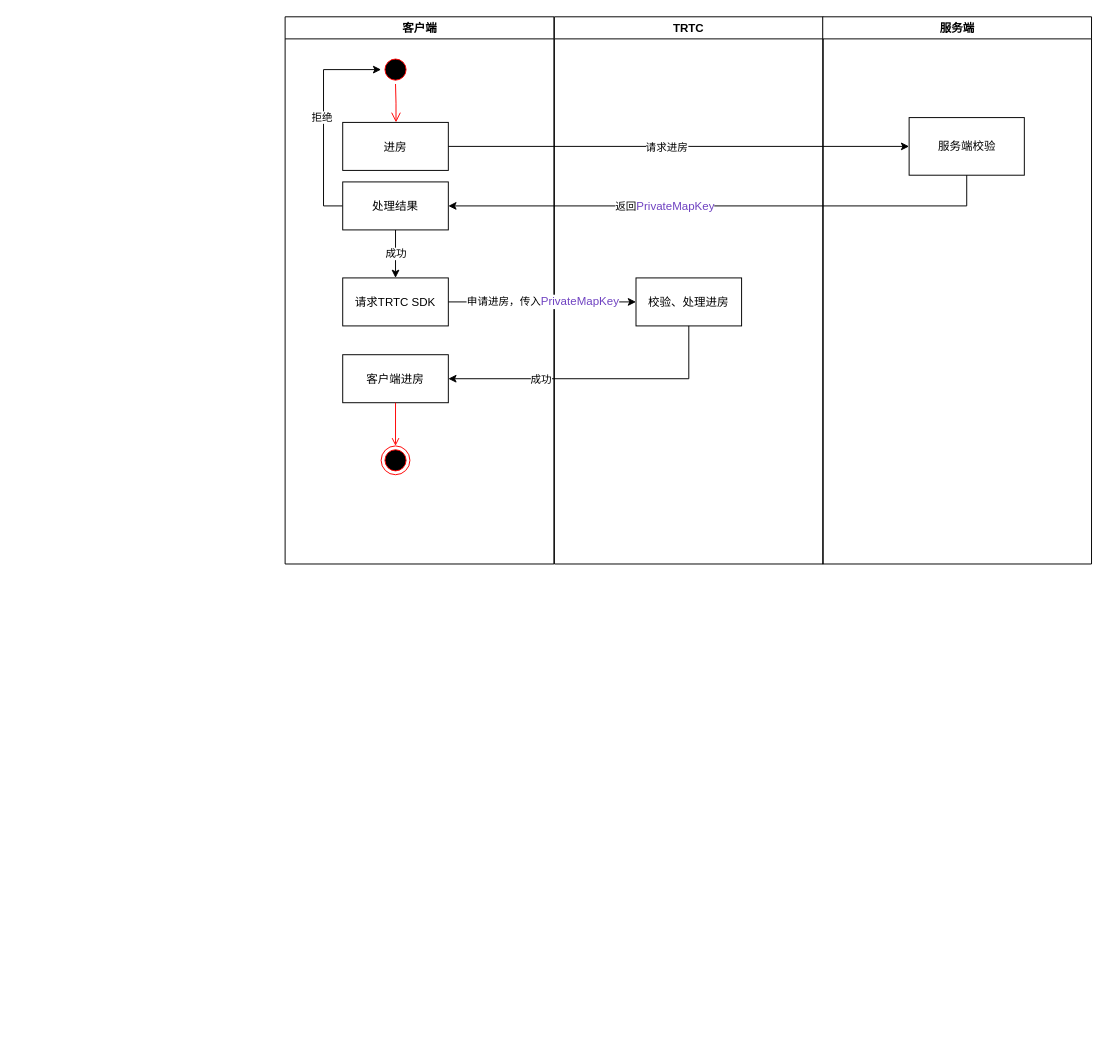
This is trtcStartAudio.drawio from shiyiw/drawio, a draw.io file, before an edit. Source tidied: cells renumbered, new cells numbered last; positions are measured from the earlier drawing's top-left corner, leaving out a move shared by most shapes. Both pictures are drawn from the tidied source at 96%, with x=0, y=0 at pixel (284, 16).
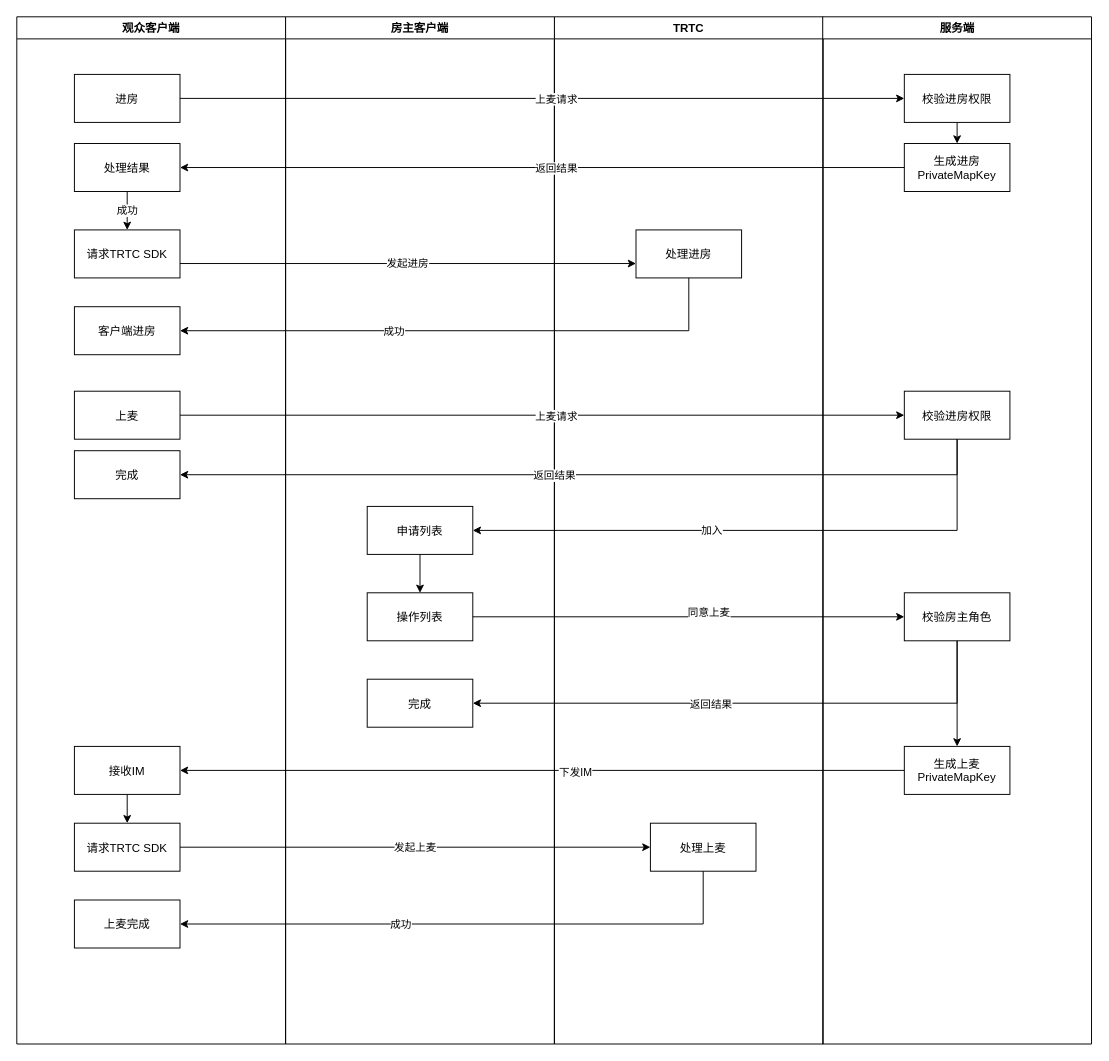
The same diagram, later.

What changed in the source:
```diff
@@
-    <mxCell id="2" value="客户端" style="swimlane;whiteSpace=wrap;" parent="1" vertex="1">
-      <mxGeometry x="0.5" width="280" height="570" as="geometry" />
+    <mxCell id="2" value="观众客户端" style="swimlane;whiteSpace=wrap;" parent="1" vertex="1">
+      <mxGeometry x="-279" width="280" height="1070" as="geometry" />
     </mxCell>
-    <mxCell id="3" style="ellipse;shape=startState;fillColor=#000000;strokeColor=#ff0000;" parent="2" vertex="1">
-      <mxGeometry x="100" y="40" width="30" height="30" as="geometry" />
-    </mxCell>
-    <mxCell id="4" style="edgeStyle=elbowEdgeStyle;elbow=horizontal;verticalAlign=bottom;endArrow=open;endSize=8;strokeColor=#FF0000;endFill=1;rounded=0;" parent="2" edge="1" source="3" target="5">
-      <mxGeometry x="100" y="40" as="geometry" />
-    </mxCell>
     <mxCell id="5" value="进房" parent="2" vertex="1">
-      <mxGeometry x="60" y="110" width="110" height="50" as="geometry" />
+      <mxGeometry x="60" y="60" width="110" height="50" as="geometry" />
     </mxCell>
-    <mxCell id="6" style="edgeStyle=orthogonalEdgeStyle;rounded=0;jettySize=auto;html=1;exitX=0;exitY=0.5;exitDx=0;exitDy=0;entryX=0;entryY=0.5;entryDx=0;entryDy=0;" parent="2" edge="1" source="9" target="3">
-      <mxGeometry relative="1" as="geometry" />
-    </mxCell>
-    <mxCell id="7" value="拒绝" style="edgeLabel;html=1;align=center;verticalAlign=middle;" parent="6" vertex="1">
-      <mxGeometry x="0.02" y="3" relative="1" as="geometry">
-        <mxPoint x="1" as="offset" />
-      </mxGeometry>
-    </mxCell>
@@
     <mxCell id="9" value="处理结果" parent="2" vertex="1">
-      <mxGeometry x="60" y="172" width="110" height="50" as="geometry" />
+      <mxGeometry x="60" y="132" width="110" height="50" as="geometry" />
     </mxCell>
     <mxCell id="10" value="请求TRTC SDK" parent="2" vertex="1">
-      <mxGeometry x="60" y="272" width="110" height="50" as="geometry" />
+      <mxGeometry x="60" y="222" width="110" height="50" as="geometry" />
     </mxCell>
     <mxCell id="11" value="客户端进房" parent="2" vertex="1">
-      <mxGeometry x="60" y="352" width="110" height="50" as="geometry" />
+      <mxGeometry x="60" y="302" width="110" height="50" as="geometry" />
     </mxCell>
-    <mxCell id="12" style="ellipse;shape=endState;fillColor=#000000;strokeColor=#ff0000;" parent="2" vertex="1">
-      <mxGeometry x="100" y="447" width="30" height="30" as="geometry" />
-    </mxCell>
-    <mxCell id="13" style="endArrow=open;strokeColor=#FF0000;endFill=1;rounded=0;" parent="2" edge="1" target="12">
-      <mxGeometry relative="1" as="geometry">
-        <mxPoint x="115" y="402" as="sourcePoint" />
-      </mxGeometry>
-    </mxCell>
+    <mxCell id="26" value="上麦" parent="2" vertex="1">
+      <mxGeometry x="60" y="390" width="110" height="50" as="geometry" />
+    </mxCell>
+    <mxCell id="27" value="完成" parent="2" vertex="1">
+      <mxGeometry x="60" y="452" width="110" height="50" as="geometry" />
+    </mxCell>
+    <mxCell id="28" style="edgeStyle=orthogonalEdgeStyle;rounded=0;jettySize=auto;html=1;exitX=0.5;exitY=1;exitDx=0;exitDy=0;entryX=0.5;entryY=0;entryDx=0;entryDy=0;" parent="2" edge="1" source="29" target="30">
+      <mxGeometry relative="1" as="geometry" />
+    </mxCell>
+    <mxCell id="29" value="接收IM" parent="2" vertex="1">
+      <mxGeometry x="60" y="760" width="110" height="50" as="geometry" />
+    </mxCell>
+    <mxCell id="30" value="请求TRTC SDK" parent="2" vertex="1">
+      <mxGeometry x="60" y="840" width="110" height="50" as="geometry" />
+    </mxCell>
+    <mxCell id="31" value="上麦完成" parent="2" vertex="1">
+      <mxGeometry x="60" y="920" width="110" height="50" as="geometry" />
+    </mxCell>
     <mxCell id="14" value="TRTC" style="swimlane;whiteSpace=wrap;" parent="1" vertex="1">
-      <mxGeometry x="281" width="280" height="570" as="geometry" />
+      <mxGeometry x="281" width="280" height="1070" as="geometry" />
     </mxCell>
-    <mxCell id="15" value="校验、处理进房" parent="14" vertex="1">
-      <mxGeometry x="85" y="272" width="110" height="50" as="geometry" />
+    <mxCell id="15" value="处理进房" parent="14" vertex="1">
+      <mxGeometry x="85" y="222" width="110" height="50" as="geometry" />
     </mxCell>
     <mxCell id="16" value="服务端" style="swimlane;whiteSpace=wrap;" parent="1" vertex="1">
-      <mxGeometry x="560.5" width="280" height="570" as="geometry" />
+      <mxGeometry x="560.5" width="280" height="1070" as="geometry" />
     </mxCell>
-    <mxCell id="17" value="服务端校验" style="whiteSpace=wrap;html=1;" parent="16" vertex="1">
-      <mxGeometry x="90" y="105" width="120" height="60" as="geometry" />
-    </mxCell>
-    <mxCell id="18" style="edgeStyle=orthogonalEdgeStyle;rounded=0;jettySize=auto;html=1;" parent="1" edge="1" source="5" target="17">
-      <mxGeometry relative="1" as="geometry" />
-    </mxCell>
-    <mxCell id="19" value="请求进房" style="edgeLabel;html=1;align=center;verticalAlign=middle;" parent="18" vertex="1">
-      <mxGeometry y="2" relative="1" as="geometry">
-        <mxPoint x="-13.5" y="2" as="offset" />
-      </mxGeometry>
-    </mxCell>
-    <mxCell id="20" style="edgeStyle=orthogonalEdgeStyle;rounded=0;jettySize=auto;html=1;entryX=1;entryY=0.5;entryDx=0;entryDy=0;exitX=0.5;exitY=1;exitDx=0;exitDy=0;" parent="1" edge="1" source="17" target="9">
-      <mxGeometry relative="1" as="geometry" />
-    </mxCell>
-    <mxCell id="21" value="返回&lt;span style=&quot;color: rgb(111 , 66 , 193) ; font-family: , &amp;#34;consolas&amp;#34; , &amp;#34;liberation mono&amp;#34; , &amp;#34;menlo&amp;#34; , monospace ; font-size: 12px&quot;&gt;PrivateMapKey&lt;/span&gt;" style="edgeLabel;html=1;align=center;verticalAlign=middle;" parent="20" vertex="1">
-      <mxGeometry x="0.23" y="4" relative="1" as="geometry">
-        <mxPoint x="4.5" y="-4" as="offset" />
-      </mxGeometry>
-    </mxCell>
+    <mxCell id="32" style="edgeStyle=orthogonalEdgeStyle;rounded=0;jettySize=auto;html=1;exitX=0.5;exitY=1;exitDx=0;exitDy=0;entryX=0.5;entryY=0;entryDx=0;entryDy=0;" parent="16" edge="1" source="33" target="34">
+      <mxGeometry relative="1" as="geometry" />
+    </mxCell>
+    <mxCell id="33" value="校验进房权限" parent="16" vertex="1">
+      <mxGeometry x="85" y="60" width="110" height="50" as="geometry" />
+    </mxCell>
+    <mxCell id="34" value="生成进房&#10;PrivateMapKey" parent="16" vertex="1">
+      <mxGeometry x="85" y="132" width="110" height="50" as="geometry" />
+    </mxCell>
+    <mxCell id="35" value="校验进房权限" parent="16" vertex="1">
+      <mxGeometry x="85" y="390" width="110" height="50" as="geometry" />
+    </mxCell>
+    <mxCell id="36" style="edgeStyle=orthogonalEdgeStyle;rounded=0;jettySize=auto;html=1;exitX=0.5;exitY=1;exitDx=0;exitDy=0;" parent="16" edge="1" source="37" target="38">
+      <mxGeometry relative="1" as="geometry" />
+    </mxCell>
+    <mxCell id="37" value="校验房主角色" parent="16" vertex="1">
+      <mxGeometry x="85" y="600" width="110" height="50" as="geometry" />
+    </mxCell>
+    <mxCell id="38" value="生成上麦&#10;PrivateMapKey" parent="16" vertex="1">
+      <mxGeometry x="85" y="760" width="110" height="50" as="geometry" />
+    </mxCell>
-    <mxCell id="22" style="edgeStyle=orthogonalEdgeStyle;rounded=0;jettySize=auto;html=1;exitX=1;exitY=0.5;exitDx=0;exitDy=0;entryX=0;entryY=0.5;entryDx=0;entryDy=0;" parent="1" edge="1" source="10" target="15">
-      <mxGeometry relative="1" as="geometry" />
+    <mxCell id="22" style="edgeStyle=orthogonalEdgeStyle;rounded=0;orthogonalLoop=1;jettySize=auto;html=1;exitX=1;exitY=0.5;exitDx=0;exitDy=0;entryX=0;entryY=0.5;entryDx=0;entryDy=0;" parent="1" edge="1">
+      <mxGeometry relative="1" as="geometry">
+        <mxPoint x="-109" y="257" as="sourcePoint" />
+        <mxPoint x="366" y="257" as="targetPoint" />
+      </mxGeometry>
     </mxCell>
-    <mxCell id="23" value="申请进房，传入&lt;span style=&quot;color: rgb(111 , 66 , 193) ; font-family: , &amp;#34;consolas&amp;#34; , &amp;#34;liberation mono&amp;#34; , &amp;#34;menlo&amp;#34; , monospace ; font-size: 12px&quot;&gt;PrivateMapKey&lt;/span&gt;" style="edgeLabel;html=1;align=center;verticalAlign=middle;" parent="22" vertex="1">
+    <mxCell id="23" value="发起进房" style="edgeLabel;html=1;align=center;verticalAlign=middle;" parent="22" vertex="1">
       <mxGeometry x="-0.01" y="1" relative="1" as="geometry">
         <mxPoint x="1" as="offset" />
       </mxGeometry>
     </mxCell>
@@
+    <mxCell id="39" value="房主客户端" style="swimlane;whiteSpace=wrap;" parent="1" vertex="1">
+      <mxGeometry x="1" width="280" height="1070" as="geometry" />
+    </mxCell>
+    <mxCell id="40" style="edgeStyle=orthogonalEdgeStyle;rounded=0;jettySize=auto;html=1;exitX=0.5;exitY=1;exitDx=0;exitDy=0;entryX=0.5;entryY=0;entryDx=0;entryDy=0;" parent="39" edge="1" source="41" target="42">
+      <mxGeometry relative="1" as="geometry" />
+    </mxCell>
+    <mxCell id="41" value="申请列表" parent="39" vertex="1">
+      <mxGeometry x="85" y="510" width="110" height="50" as="geometry" />
+    </mxCell>
+    <mxCell id="42" value="操作列表" parent="39" vertex="1">
+      <mxGeometry x="85" y="600" width="110" height="50" as="geometry" />
+    </mxCell>
+    <mxCell id="43" value="完成" parent="39" vertex="1">
+      <mxGeometry x="85" y="690" width="110" height="50" as="geometry" />
+    </mxCell>
+    <mxCell id="44" style="edgeStyle=orthogonalEdgeStyle;rounded=0;jettySize=auto;html=1;exitX=1;exitY=0.5;exitDx=0;exitDy=0;entryX=0;entryY=0.5;entryDx=0;entryDy=0;" parent="1" edge="1" source="5" target="33">
+      <mxGeometry relative="1" as="geometry" />
+    </mxCell>
+    <mxCell id="45" value="上麦请求" style="edgeLabel;html=1;align=center;verticalAlign=middle;" parent="44" vertex="1">
+      <mxGeometry x="0.01" y="4" relative="1" as="geometry">
+        <mxPoint x="10" y="4" as="offset" />
+      </mxGeometry>
+    </mxCell>
+    <mxCell id="46" style="edgeStyle=orthogonalEdgeStyle;rounded=0;jettySize=auto;html=1;exitX=0;exitY=0.5;exitDx=0;exitDy=0;entryX=1;entryY=0.5;entryDx=0;entryDy=0;" parent="1" edge="1" source="34" target="9">
+      <mxGeometry relative="1" as="geometry" />
+    </mxCell>
+    <mxCell id="47" value="返回结果" style="edgeLabel;html=1;align=center;verticalAlign=middle;" parent="46" vertex="1">
+      <mxGeometry x="0.01" y="-3" relative="1" as="geometry">
+        <mxPoint x="17.9" y="3" as="offset" />
+      </mxGeometry>
+    </mxCell>
+    <mxCell id="48" style="edgeStyle=orthogonalEdgeStyle;rounded=0;jettySize=auto;html=1;exitX=0.5;exitY=1;exitDx=0;exitDy=0;entryX=1;entryY=0.5;entryDx=0;entryDy=0;" parent="1" edge="1" source="35" target="27">
+      <mxGeometry relative="1" as="geometry" />
+    </mxCell>
+    <mxCell id="49" value="返回结果" style="edgeLabel;html=1;align=center;verticalAlign=middle;" parent="48" vertex="1">
+      <mxGeometry x="0.01" y="-3" relative="1" as="geometry">
+        <mxPoint x="-30.2" y="3" as="offset" />
+      </mxGeometry>
+    </mxCell>
+    <mxCell id="50" style="edgeStyle=orthogonalEdgeStyle;rounded=0;jettySize=auto;html=1;exitX=1;exitY=0.5;exitDx=0;exitDy=0;entryX=0;entryY=0.5;entryDx=0;entryDy=0;" parent="1" edge="1" source="26" target="35">
+      <mxGeometry relative="1" as="geometry" />
+    </mxCell>
+    <mxCell id="51" value="上麦请求" style="edgeLabel;html=1;align=center;verticalAlign=middle;" parent="50" vertex="1">
+      <mxGeometry x="0.01" y="4" relative="1" as="geometry">
+        <mxPoint x="10" y="4" as="offset" />
+      </mxGeometry>
+    </mxCell>
+    <mxCell id="52" value="加入" style="edgeStyle=orthogonalEdgeStyle;rounded=0;jettySize=auto;html=1;exitX=0.5;exitY=1;exitDx=0;exitDy=0;entryX=1;entryY=0.5;entryDx=0;entryDy=0;" parent="1" edge="1" source="35" target="41">
+      <mxGeometry x="0.17" relative="1" as="geometry" />
+    </mxCell>
+    <mxCell id="53" style="edgeStyle=orthogonalEdgeStyle;rounded=0;jettySize=auto;html=1;exitX=1;exitY=0.5;exitDx=0;exitDy=0;entryX=0;entryY=0.5;entryDx=0;entryDy=0;" parent="1" edge="1" source="42" target="37">
+      <mxGeometry relative="1" as="geometry" />
+    </mxCell>
+    <mxCell id="54" value="同意上麦" style="edgeLabel;html=1;align=center;verticalAlign=middle;" parent="53" vertex="1">
+      <mxGeometry x="0.09" y="5" relative="1" as="geometry" />
+    </mxCell>
+    <mxCell id="55" style="edgeStyle=orthogonalEdgeStyle;rounded=0;jettySize=auto;html=1;exitX=0.5;exitY=1;exitDx=0;exitDy=0;entryX=1;entryY=0.5;entryDx=0;entryDy=0;" parent="1" edge="1" source="37" target="43">
+      <mxGeometry relative="1" as="geometry" />
+    </mxCell>
+    <mxCell id="56" value="返回结果" style="edgeLabel;html=1;align=center;verticalAlign=middle;" parent="55" vertex="1">
+      <mxGeometry x="0.13" y="1" relative="1" as="geometry" />
+    </mxCell>
+    <mxCell id="57" value="处理上麦" parent="1" vertex="1">
+      <mxGeometry x="381" y="840" width="110" height="50" as="geometry" />
+    </mxCell>
+    <mxCell id="58" style="edgeStyle=orthogonalEdgeStyle;rounded=0;jettySize=auto;html=1;exitX=0.5;exitY=1;exitDx=0;exitDy=0;entryX=1;entryY=0.5;entryDx=0;entryDy=0;" parent="1" edge="1" source="57" target="31">
+      <mxGeometry relative="1" as="geometry" />
+    </mxCell>
+    <mxCell id="59" value="成功" style="edgeLabel;html=1;align=center;verticalAlign=middle;" parent="58" vertex="1">
+      <mxGeometry x="0.09" y="-1" relative="1" as="geometry">
+        <mxPoint x="-44" y="1" as="offset" />
+      </mxGeometry>
+    </mxCell>
+    <mxCell id="60" style="edgeStyle=orthogonalEdgeStyle;rounded=0;jettySize=auto;html=1;exitX=0;exitY=0.5;exitDx=0;exitDy=0;entryX=1;entryY=0.5;entryDx=0;entryDy=0;" parent="1" edge="1" source="38" target="29">
+      <mxGeometry relative="1" as="geometry" />
+    </mxCell>
+    <mxCell id="61" value="下发IM" style="edgeLabel;html=1;align=center;verticalAlign=middle;" parent="60" vertex="1">
+      <mxGeometry x="-0.09" y="1" relative="1" as="geometry" />
+    </mxCell>
+    <mxCell id="62" style="edgeStyle=orthogonalEdgeStyle;rounded=0;jettySize=auto;html=1;exitX=1;exitY=0.5;exitDx=0;exitDy=0;entryX=0;entryY=0.5;entryDx=0;entryDy=0;" parent="1" edge="1" source="30" target="57">
+      <mxGeometry relative="1" as="geometry" />
+    </mxCell>
+    <mxCell id="63" value="发起上麦" style="edgeLabel;html=1;align=center;verticalAlign=middle;" parent="62" vertex="1">
+      <mxGeometry x="-0.01" y="1" relative="1" as="geometry">
+        <mxPoint x="1" as="offset" />
+      </mxGeometry>
+    </mxCell>
```
